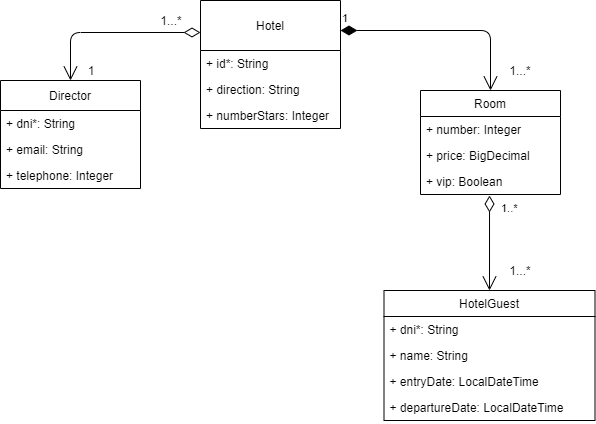
Earlier version of the draw.io export docs/hotel.models.png (miw-upm/apaw-practice). Source tidied: cells renumbered, new cells last; positions are measured from the earlier drawing's top-left corner, leaving out a move shared by most shapes.
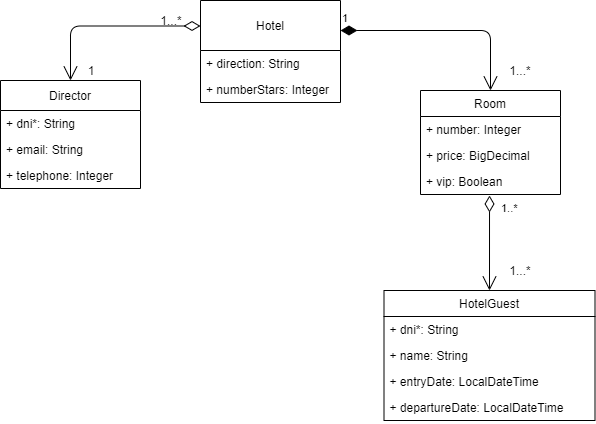
After the commit.

Change to the diagram source:
```diff
@@ -3,16 +3,13 @@
     <mxCell id="0" />
     <mxCell id="1" parent="0" />
     <mxCell id="2" value="Hotel" style="swimlane;fontStyle=0;horizontal=1;startSize=50;fillColor=none;hachureGap=4;" parent="1" vertex="1">
-      <mxGeometry x="200" width="140" height="128" as="geometry" />
+      <mxGeometry x="200" width="140" height="102" as="geometry" />
     </mxCell>
-    <mxCell id="3" value="+ id*: String" style="text;strokeColor=none;fillColor=none;align=left;verticalAlign=top;spacingLeft=4;spacingRight=4;overflow=hidden;" parent="2" vertex="1">
-      <mxGeometry y="50" width="140" height="26" as="geometry" />
-    </mxCell>
     <mxCell id="4" value="+ direction: String" style="text;strokeColor=none;fillColor=none;align=left;verticalAlign=top;spacingLeft=4;spacingRight=4;overflow=hidden;" parent="2" vertex="1">
-      <mxGeometry y="76" width="140" height="26" as="geometry" />
+      <mxGeometry y="50" width="140" height="26" as="geometry" />
     </mxCell>
     <mxCell id="5" value="+ numberStars: Integer" style="text;strokeColor=none;fillColor=none;align=left;verticalAlign=top;spacingLeft=4;spacingRight=4;overflow=hidden;" parent="2" vertex="1">
-      <mxGeometry y="102" width="140" height="26" as="geometry" />
+      <mxGeometry y="76" width="140" height="26" as="geometry" />
     </mxCell>
     <mxCell id="6" value="Director" style="swimlane;fontStyle=0;horizontal=1;startSize=30;fillColor=none;hachureGap=4;" parent="1" vertex="1">
       <mxGeometry y="80" width="140" height="108" as="geometry" />
```
